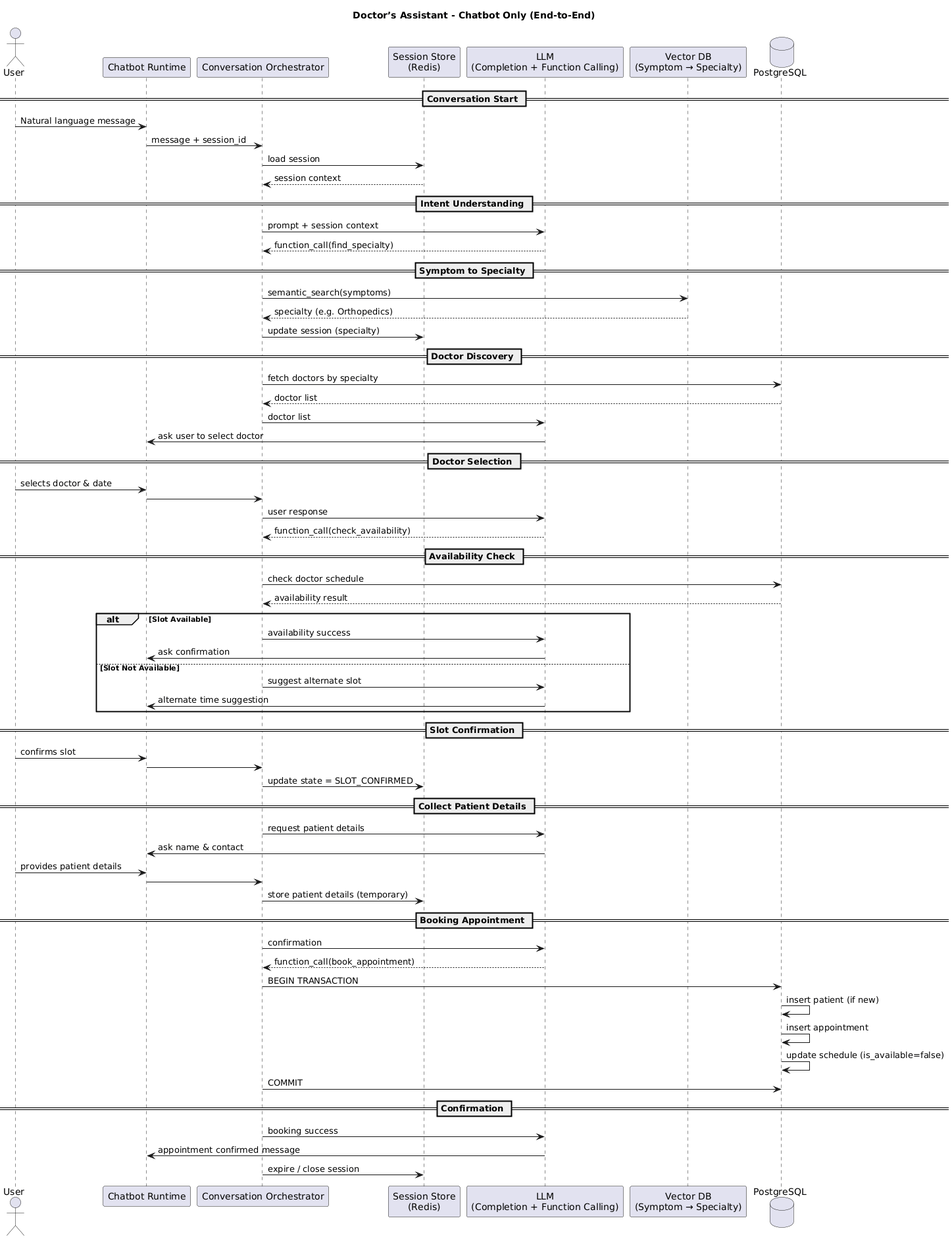
This is docs/doctor_appointment.png from Satyanarayana06b/doctors_assistant, a PlantUML export, as it was before one commit.
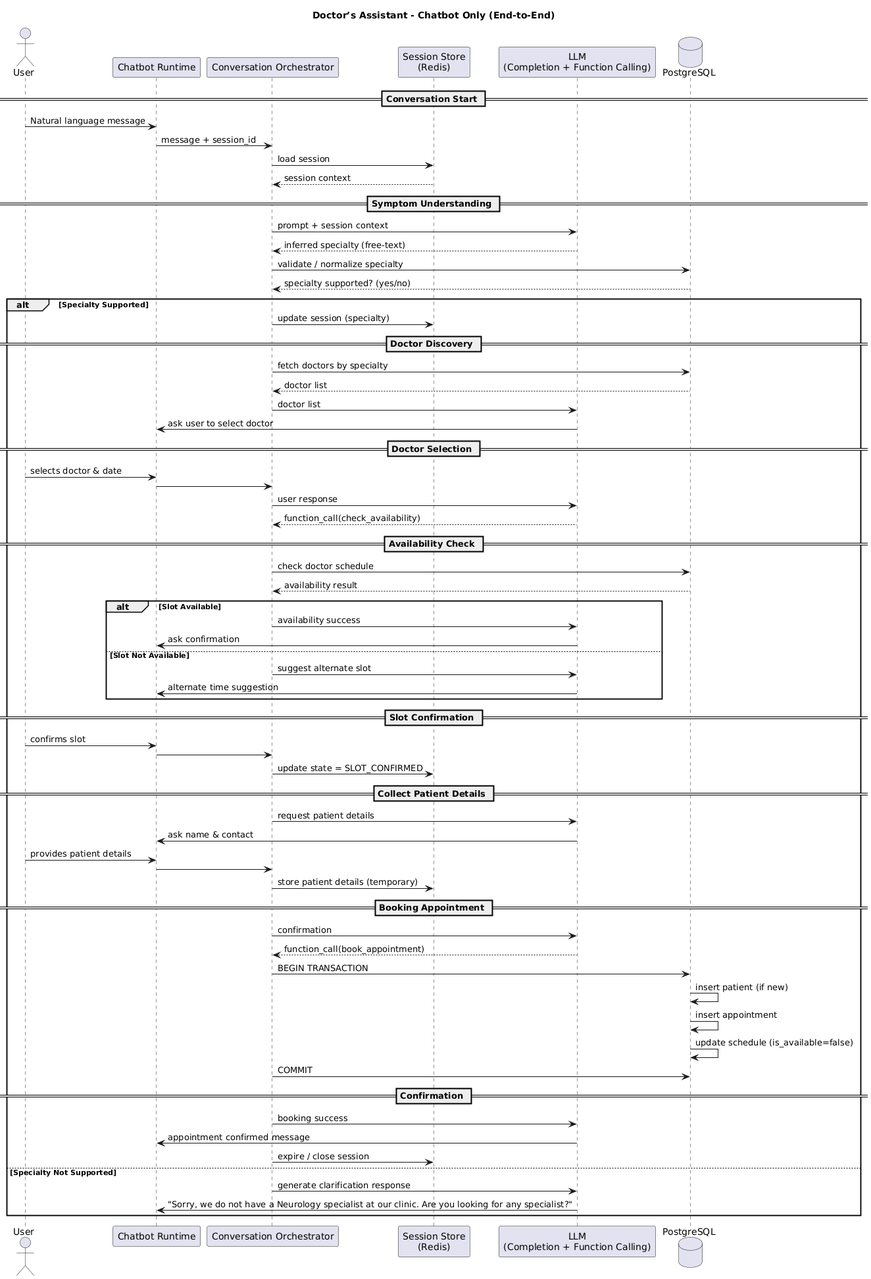
After the commit.

Commit message:
removed vector db from sequence diagram

What changed in the source:
```diff
@@ -6,7 +6,6 @@
 participant "Conversation Orchestrator" as CO
 participant "Session Store\n(Redis)" as SS
 participant "LLM\n(Completion + Function Calling)" as LLM
-participant "Vector DB\n(Symptom → Specialty)" as VDB
 database "PostgreSQL" as DB
 
 == Conversation Start ==
@@ -15,63 +14,69 @@
 CO -> SS : load session
 SS --> CO : session context
 
-== Intent Understanding ==
+== Symptom Understanding ==
 CO -> LLM : prompt + session context
-LLM --> CO : function_call(find_specialty)
+LLM --> CO : inferred specialty (free-text)
 
-== Symptom to Specialty ==
-CO -> VDB : semantic_search(symptoms)
-VDB --> CO : specialty (e.g. Orthopedics)
-CO -> SS : update session (specialty)
+CO -> DB : validate / normalize specialty
+DB --> CO : specialty supported? (yes/no)
 
-== Doctor Discovery ==
-CO -> DB : fetch doctors by specialty
-DB --> CO : doctor list
-CO -> LLM : doctor list
-LLM -> Bot : ask user to select doctor
+alt Specialty Supported
+    CO -> SS : update session (specialty)
 
-== Doctor Selection ==
-User -> Bot : selects doctor & date
-Bot -> CO
-CO -> LLM : user response
-LLM --> CO : function_call(check_availability)
+    == Doctor Discovery ==
+    CO -> DB : fetch doctors by specialty
+    DB --> CO : doctor list
+    CO -> LLM : doctor list
+    LLM -> Bot : ask user to select doctor
 
-== Availability Check ==
-CO -> DB : check doctor schedule
-DB --> CO : availability result
+    == Doctor Selection ==
+    User -> Bot : selects doctor & date
+    Bot -> CO
+    CO -> LLM : user response
+    LLM --> CO : function_call(check_availability)
 
-alt Slot Available
-    CO -> LLM : availability success
-    LLM -> Bot : ask confirmation
-else Slot Not Available
-    CO -> LLM : suggest alternate slot
-    LLM -> Bot : alternate time suggestion
+    == Availability Check ==
+    CO -> DB : check doctor schedule
+    DB --> CO : availability result
+
+    alt Slot Available
+        CO -> LLM : availability success
+        LLM -> Bot : ask confirmation
+    else Slot Not Available
+        CO -> LLM : suggest alternate slot
+        LLM -> Bot : alternate time suggestion
+    end
+
+    == Slot Confirmation ==
+    User -> Bot : confirms slot
+    Bot -> CO
+    CO -> SS : update state = SLOT_CONFIRMED
+
+    == Collect Patient Details ==
+    CO -> LLM : request patient details
+    LLM -> Bot : ask name & contact
+    User -> Bot : provides patient details
+    Bot -> CO
+    CO -> SS : store patient details (temporary)
+
+    == Booking Appointment ==
+    CO -> LLM : confirmation
+    LLM --> CO : function_call(book_appointment)
+
+    CO -> DB : BEGIN TRANSACTION
+    DB -> DB : insert patient (if new)
+    DB -> DB : insert appointment
+    DB -> DB : update schedule (is_available=false)
+    CO -> DB : COMMIT
+
+    == Confirmation ==
+    CO -> LLM : booking success
+    LLM -> Bot : appointment confirmed message
+    CO -> SS : expire / close session
+
+else Specialty Not Supported
+    CO -> LLM : generate clarification response
+    LLM -> Bot : "Sorry, we do not have a Neurology specialist at our clinic. Are you looking for any specialist?"
 end
-
-== Slot Confirmation ==
-User -> Bot : confirms slot
-Bot -> CO
-CO -> SS : update state = SLOT_CONFIRMED
-
-== Collect Patient Details ==
-CO -> LLM : request patient details
-LLM -> Bot : ask name & contact
-User -> Bot : provides patient details
-Bot -> CO
-CO -> SS : store patient details (temporary)
-
-== Booking Appointment ==
-CO -> LLM : confirmation
-LLM --> CO : function_call(book_appointment)
-
-CO -> DB : BEGIN TRANSACTION
-DB -> DB : insert patient (if new)
-DB -> DB : insert appointment
-DB -> DB : update schedule (is_available=false)
-CO -> DB : COMMIT
-
-== Confirmation ==
-CO -> LLM : booking success
-LLM -> Bot : appointment confirmed message
-CO -> SS : expire / close session
 @enduml
```
